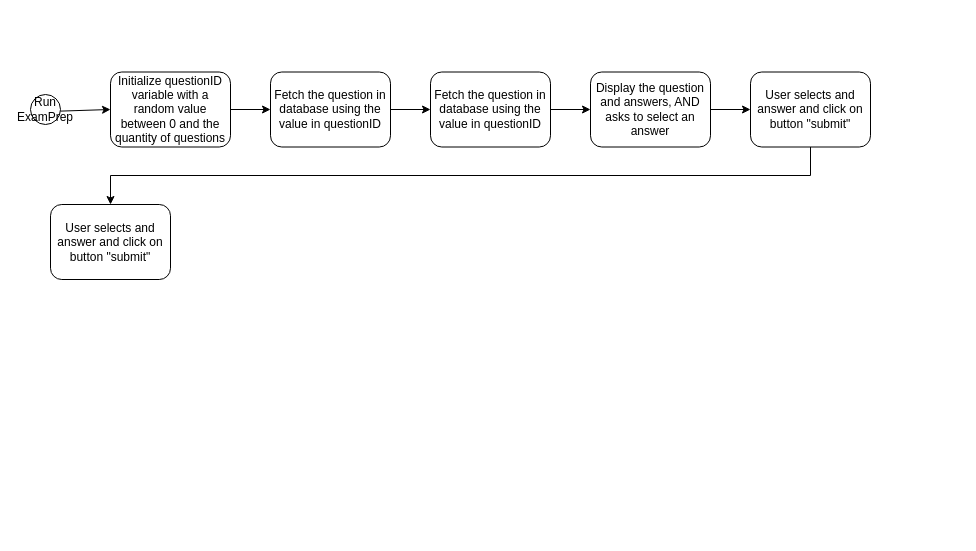
Before: kuizzes.drawio in josewalks/kuizzes, a draw.io diagram. Source tidied: cells renumbered, new cells numbered last; positions are measured from the earlier drawing's top-left corner, leaving out a move shared by most shapes. Both pictures are drawn from the tidied source at 100%, with x=0, y=0 at pixel (30, 72).
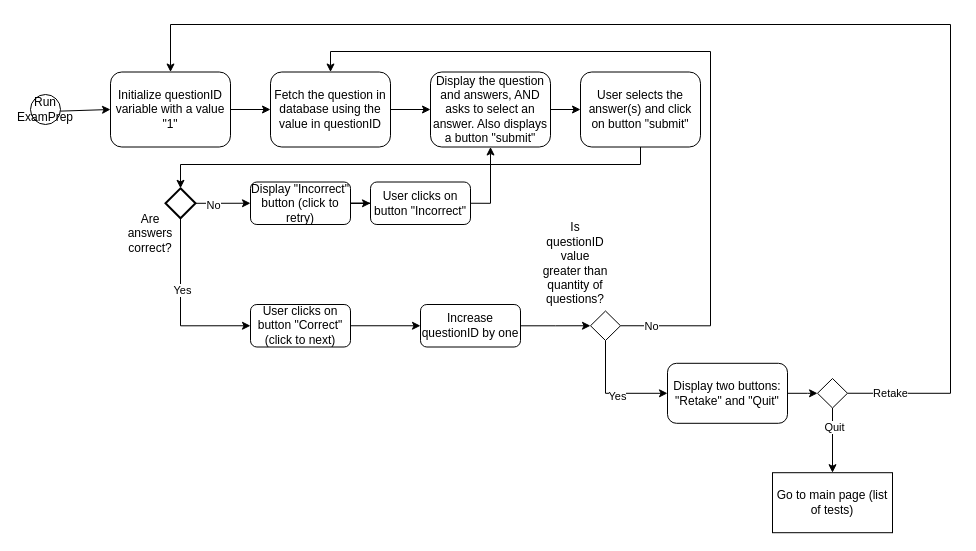
The same diagram, later.

The change refers to these unchanged cells:
```xml
<mxCell id="7" value="Fetch the question in database using the value in questionID" style="rounded=1;whiteSpace=wrap;html=1;" parent="1" vertex="1">
  <mxGeometry x="240" y="-0.5" width="120" height="75" as="geometry" />
</mxCell>
```

The edit, as a diff of the source:
```diff
@@
-    <mxCell id="5" value="Initialize questionID variable with a random value between 0 and the quantity of questions" style="rounded=1;whiteSpace=wrap;html=1;" parent="1" vertex="1">
+    <mxCell id="5" value="Initialize questionID variable with a value &quot;1&quot;" style="rounded=1;whiteSpace=wrap;html=1;" parent="1" vertex="1">
       <mxGeometry x="80" y="-0.5" width="120" height="75" as="geometry" />
     </mxCell>
-    <mxCell id="6" style="edgeStyle=none;rounded=0;jettySize=auto;html=1;" parent="1" edge="1" source="7" target="9">
-      <mxGeometry relative="1" as="geometry" />
+    <mxCell id="6" style="edgeStyle=none;rounded=0;jettySize=auto;html=1;" parent="1" edge="1" source="7">
+      <mxGeometry relative="1" as="geometry">
+        <mxPoint x="400" y="37" as="targetPoint" />
+      </mxGeometry>
     </mxCell>
@@
-    <mxCell id="8" style="edgeStyle=none;rounded=0;jettySize=auto;html=1;" parent="1" edge="1" source="9" target="11">
-      <mxGeometry relative="1" as="geometry" />
-    </mxCell>
-    <mxCell id="9" value="Fetch the question in database using the value in questionID" style="rounded=1;whiteSpace=wrap;html=1;" parent="1" vertex="1">
-      <mxGeometry x="400" y="-0.5" width="120" height="75" as="geometry" />
-    </mxCell>
@@
-    <mxCell id="11" value="Display the question and answers, AND asks to select an answer" style="rounded=1;whiteSpace=wrap;html=1;" parent="1" vertex="1">
-      <mxGeometry x="560" y="-0.5" width="120" height="75" as="geometry" />
+    <mxCell id="11" value="Display the question and answers, AND asks to select an answer. Also displays a button &quot;submit&quot;" style="rounded=1;whiteSpace=wrap;html=1;" parent="1" vertex="1">
+      <mxGeometry x="400" y="-0.5" width="120" height="75" as="geometry" />
     </mxCell>
-    <mxCell id="12" style="edgeStyle=elbowEdgeStyle;rounded=0;jettySize=auto;html=1;elbow=vertical;" parent="1" edge="1" source="13" target="14">
-      <mxGeometry relative="1" as="geometry" />
+    <mxCell id="12" style="edgeStyle=elbowEdgeStyle;rounded=0;jettySize=auto;html=1;elbow=vertical;" parent="1" edge="1" source="13" target="20">
+      <mxGeometry relative="1" as="geometry">
+        <Array as="points">
+          <mxPoint x="320" y="92" />
+          <mxPoint x="150" y="142" />
+        </Array>
+      </mxGeometry>
     </mxCell>
-    <mxCell id="13" value="User selects and answer and click on button &quot;submit&quot;" style="rounded=1;whiteSpace=wrap;html=1;" parent="1" vertex="1">
-      <mxGeometry x="720" y="-0.5" width="120" height="75" as="geometry" />
+    <mxCell id="13" value="User selects the answer(s) and click on button &quot;submit&quot;" style="rounded=1;whiteSpace=wrap;html=1;" parent="1" vertex="1">
+      <mxGeometry x="550" y="-0.5" width="120" height="75" as="geometry" />
     </mxCell>
-    <mxCell id="14" value="User selects and answer and click on button &quot;submit&quot;" style="rounded=1;whiteSpace=wrap;html=1;" parent="1" vertex="1">
-      <mxGeometry x="20" y="132" width="120" height="75" as="geometry" />
-    </mxCell>
+    <mxCell id="15" value="Are answers correct?" style="text;html=1;strokeColor=none;fillColor=none;align=center;verticalAlign=middle;whiteSpace=wrap;rounded=0;" parent="1" vertex="1">
+      <mxGeometry x="90" y="145.8" width="60" height="30" as="geometry" />
+    </mxCell>
+    <mxCell id="16" style="edgeStyle=orthogonalEdgeStyle;rounded=0;jettySize=auto;html=1;entryX=0;entryY=0.5;entryDx=0;entryDy=0;exitX=1;exitY=0.5;exitDx=0;exitDy=0;exitPerimeter=0;" parent="1" edge="1" source="20" target="22">
+      <mxGeometry relative="1" as="geometry" />
+    </mxCell>
+    <mxCell id="17" value="No" style="edgeLabel;html=1;align=center;verticalAlign=middle;" parent="16" vertex="1">
+      <mxGeometry x="-0.4" y="-2" relative="1" as="geometry" />
+    </mxCell>
+    <mxCell id="18" style="edgeStyle=orthogonalEdgeStyle;rounded=0;jettySize=auto;html=1;entryX=0;entryY=0.5;entryDx=0;entryDy=0;exitX=0.5;exitY=1;exitDx=0;exitDy=0;exitPerimeter=0;" parent="1" edge="1" source="20" target="26">
+      <mxGeometry relative="1" as="geometry" />
+    </mxCell>
+    <mxCell id="19" value="Yes" style="edgeLabel;html=1;align=center;verticalAlign=middle;" parent="18" vertex="1">
+      <mxGeometry x="-0.19" y="1" relative="1" as="geometry" />
+    </mxCell>
+    <mxCell id="20" style="strokeWidth=2;html=1;shape=mxgraph.flowchart.decision;whiteSpace=wrap;" parent="1" vertex="1">
+      <mxGeometry x="135" y="115.8" width="30" height="30" as="geometry" />
+    </mxCell>
+    <mxCell id="21" style="edgeStyle=orthogonalEdgeStyle;rounded=0;jettySize=auto;html=1;" parent="1" edge="1" source="22" target="24">
+      <mxGeometry relative="1" as="geometry" />
+    </mxCell>
+    <mxCell id="22" value="Display &quot;Incorrect&quot; button (click to retry)" style="rounded=1;whiteSpace=wrap;html=1;" parent="1" vertex="1">
+      <mxGeometry x="220" y="109.5" width="100" height="42.5" as="geometry" />
+    </mxCell>
+    <mxCell id="23" style="edgeStyle=orthogonalEdgeStyle;rounded=0;jettySize=auto;html=1;entryX=0.5;entryY=1;entryDx=0;entryDy=0;exitX=1;exitY=0.5;exitDx=0;exitDy=0;" parent="1" edge="1" source="24" target="11">
+      <mxGeometry relative="1" as="geometry" />
+    </mxCell>
+    <mxCell id="24" value="User clicks on button &quot;Incorrect&quot;" style="rounded=1;whiteSpace=wrap;html=1;" parent="1" vertex="1">
+      <mxGeometry x="340" y="109.5" width="100" height="42.5" as="geometry" />
+    </mxCell>
+    <mxCell id="25" style="edgeStyle=orthogonalEdgeStyle;rounded=0;jettySize=auto;html=1;" parent="1" edge="1" source="26" target="28">
+      <mxGeometry relative="1" as="geometry" />
+    </mxCell>
+    <mxCell id="26" value="User clicks on button &quot;Correct&quot; (click to next)" style="rounded=1;whiteSpace=wrap;html=1;" parent="1" vertex="1">
+      <mxGeometry x="220" y="232" width="100" height="42.5" as="geometry" />
+    </mxCell>
+    <mxCell id="27" style="edgeStyle=orthogonalEdgeStyle;rounded=0;jettySize=auto;html=1;entryX=0;entryY=0.5;entryDx=0;entryDy=0;" parent="1" edge="1" source="28" target="33">
+      <mxGeometry relative="1" as="geometry" />
+    </mxCell>
+    <mxCell id="28" value="Increase questionID by one" style="rounded=1;whiteSpace=wrap;html=1;" parent="1" vertex="1">
+      <mxGeometry x="390" y="232" width="100" height="42.5" as="geometry" />
+    </mxCell>
+    <mxCell id="29" style="edgeStyle=orthogonalEdgeStyle;rounded=0;jettySize=auto;html=1;exitX=1;exitY=0.5;exitDx=0;exitDy=0;entryX=0.5;entryY=0;entryDx=0;entryDy=0;elbow=vertical;" parent="1" edge="1" source="33" target="7">
+      <mxGeometry relative="1" as="geometry">
+        <Array as="points">
+          <mxPoint x="680" y="253" />
+          <mxPoint x="680" y="-21" />
+          <mxPoint x="300" y="-21" />
+        </Array>
+      </mxGeometry>
+    </mxCell>
+    <mxCell id="30" value="No" style="edgeLabel;html=1;align=center;verticalAlign=middle;" parent="29" vertex="1">
+      <mxGeometry x="-0.83" y="2" relative="1" as="geometry">
+        <mxPoint x="-35" y="2" as="offset" />
+      </mxGeometry>
+    </mxCell>
+    <mxCell id="31" style="edgeStyle=orthogonalEdgeStyle;rounded=0;jettySize=auto;html=1;entryX=0;entryY=0.5;entryDx=0;entryDy=0;exitX=0.5;exitY=1;exitDx=0;exitDy=0;" parent="1" edge="1" source="33" target="36">
+      <mxGeometry relative="1" as="geometry" />
+    </mxCell>
+    <mxCell id="32" value="Yes" style="edgeLabel;html=1;align=center;verticalAlign=middle;" parent="31" vertex="1">
+      <mxGeometry x="0.11" y="-3" relative="1" as="geometry" />
+    </mxCell>
+    <mxCell id="33" style="rhombus;whiteSpace=wrap;html=1;" parent="1" vertex="1">
+      <mxGeometry x="560" y="238.5" width="30" height="29.5" as="geometry" />
+    </mxCell>
+    <mxCell id="34" value="Is questionID value greater than quantity of questions?" style="text;html=1;strokeColor=none;fillColor=none;align=center;verticalAlign=middle;whiteSpace=wrap;rounded=0;" parent="1" vertex="1">
+      <mxGeometry x="510" y="175.8" width="70" height="30" as="geometry" />
+    </mxCell>
+    <mxCell id="35" style="edgeStyle=orthogonalEdgeStyle;rounded=0;jettySize=auto;html=1;" parent="1" edge="1" source="36" target="41">
+      <mxGeometry relative="1" as="geometry" />
+    </mxCell>
+    <mxCell id="36" value="Display two buttons: &quot;Retake&quot; and &quot;Quit&quot;" style="rounded=1;whiteSpace=wrap;html=1;" parent="1" vertex="1">
+      <mxGeometry x="637" y="290.8" width="120" height="60" as="geometry" />
+    </mxCell>
+    <mxCell id="37" style="edgeStyle=orthogonalEdgeStyle;rounded=0;jettySize=auto;html=1;entryX=0.5;entryY=0;entryDx=0;entryDy=0;exitX=1;exitY=0.5;exitDx=0;exitDy=0;" parent="1" edge="1" source="41" target="5">
+      <mxGeometry relative="1" as="geometry">
+        <Array as="points">
+          <mxPoint x="920" y="321" />
+          <mxPoint x="920" y="-48" />
+          <mxPoint x="140" y="-48" />
+        </Array>
+      </mxGeometry>
+    </mxCell>
+    <mxCell id="38" value="Retake" style="edgeLabel;html=1;align=center;verticalAlign=middle;" parent="37" vertex="1">
+      <mxGeometry x="-0.86" relative="1" as="geometry">
+        <mxPoint x="-48" as="offset" />
+      </mxGeometry>
+    </mxCell>
+    <mxCell id="39" style="edgeStyle=orthogonalEdgeStyle;rounded=0;jettySize=auto;html=1;" parent="1" edge="1" source="41" target="42">
+      <mxGeometry relative="1" as="geometry" />
+    </mxCell>
+    <mxCell id="40" value="Quit" style="edgeLabel;html=1;align=center;verticalAlign=middle;" parent="39" vertex="1">
+      <mxGeometry x="-0.41" y="1" relative="1" as="geometry" />
+    </mxCell>
+    <mxCell id="41" style="rhombus;whiteSpace=wrap;html=1;" parent="1" vertex="1">
+      <mxGeometry x="787" y="306" width="30" height="29.5" as="geometry" />
+    </mxCell>
+    <mxCell id="42" value="Go to main page (list of tests)" style="whiteSpace=wrap;html=1;" parent="1" vertex="1">
+      <mxGeometry x="742" y="400.2" width="120" height="60" as="geometry" />
+    </mxCell>
```
